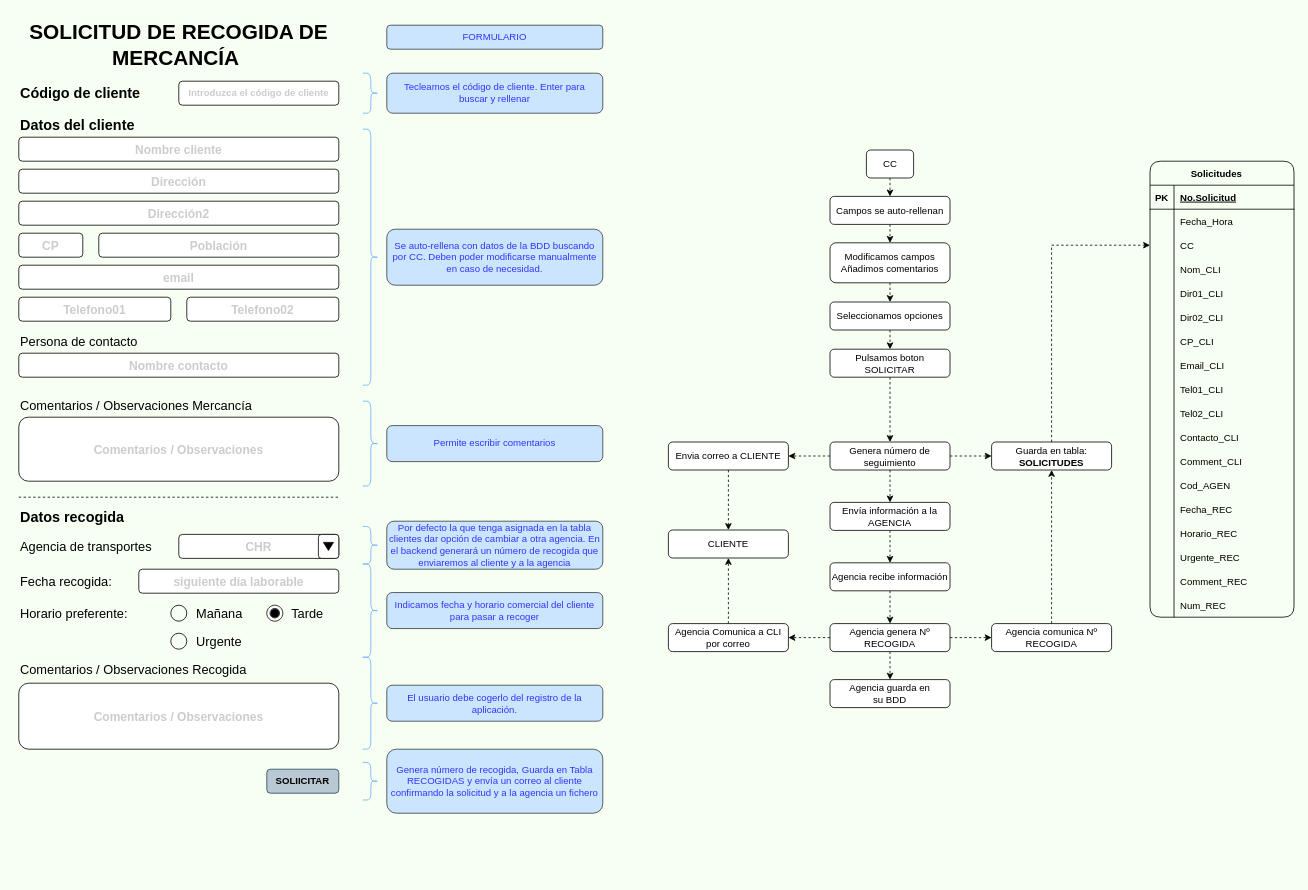
This is page "Form_PickUp" (2 of 7) of Esquemas_y_bocetos/Esquema_proyecto.drawio from JMDH76/PFC_Gestor_Logistica_Inversa, a draw.io file, before an edit. Source tidied: cells renumbered, new cells numbered last; positions are measured from the earlier drawing's top-left corner, leaving out a move shared by most shapes. Both pictures are drawn from the tidied source at 80%, with x=0, y=0 at pixel (18, 17).
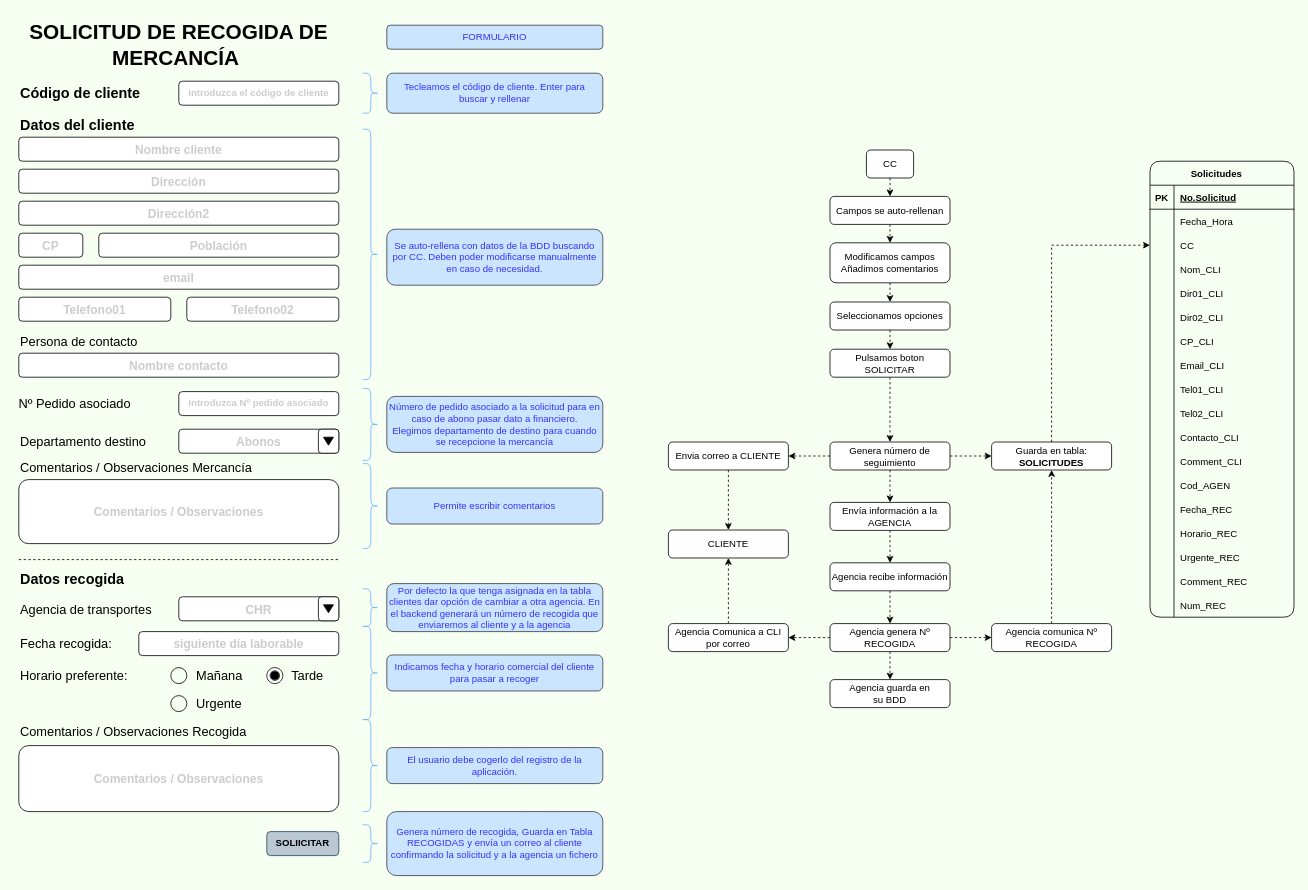
Above is the later version.

What changed in the source:
```diff
@@
     <mxCell id="10" value="&lt;font color=&quot;#cccccc&quot;&gt;Comentarios /&amp;nbsp;&lt;/font&gt;&lt;span style=&quot;color: rgb(204 , 204 , 204)&quot;&gt;Observaciones&lt;/span&gt;" style="rounded=1;whiteSpace=wrap;html=1;fontSize=15;glass=0;sketch=0;shadow=0;fontStyle=1;" parent="1" vertex="1">
-      <mxGeometry y="500" width="400" height="80" as="geometry" />
+      <mxGeometry y="578" width="400" height="80" as="geometry" />
     </mxCell>
     <mxCell id="11" value="&lt;span&gt;Comentarios / Observaciones Mercancía&lt;/span&gt;" style="text;html=1;align=left;verticalAlign=middle;whiteSpace=wrap;rounded=0;fontSize=16;sketch=0;glass=0;shadow=1;fontStyle=0;" parent="1" vertex="1">
-      <mxGeometry y="470" width="320" height="30" as="geometry" />
+      <mxGeometry y="548" width="320" height="30" as="geometry" />
     </mxCell>
     <mxCell id="12" value="&lt;font style=&quot;font-size: 12px&quot;&gt;SOLIICITAR&lt;/font&gt;" style="rounded=1;whiteSpace=wrap;html=1;fontSize=12;glass=0;sketch=0;shadow=0;fontStyle=1;fillColor=#bac8d3;strokeColor=#23445d;fontColor=#000000;" parent="1" vertex="1">
-      <mxGeometry x="310" y="940" width="90" height="30" as="geometry" />
+      <mxGeometry x="310" y="1018" width="90" height="30" as="geometry" />
     </mxCell>
     <mxCell id="13" value="El usuario debe cogerlo del registro de la aplicación." style="rounded=1;whiteSpace=wrap;html=1;shadow=0;glass=0;sketch=0;fontSize=12;strokeColor=#36393d;labelBackgroundColor=none;fillColor=#cce5ff;fontColor=#3333FF;" parent="1" vertex="1">
-      <mxGeometry x="460" y="835" width="270" height="45" as="geometry" />
+      <mxGeometry x="460" y="913" width="270" height="45" as="geometry" />
     </mxCell>
@@
     <mxCell id="15" value="&lt;span&gt;Agencia de transportes&lt;/span&gt;" style="text;html=1;align=left;verticalAlign=middle;whiteSpace=wrap;rounded=0;fontSize=16;sketch=0;glass=0;shadow=1;fontStyle=0;" parent="1" vertex="1">
-      <mxGeometry y="646.5" width="200" height="30" as="geometry" />
+      <mxGeometry y="724.5" width="200" height="30" as="geometry" />
     </mxCell>
     <mxCell id="16" style="group;" parent="1" vertex="1">
-      <mxGeometry x="200" y="646.5" width="200" height="30" as="geometry" />
+      <mxGeometry x="200" y="724.5" width="200" height="30" as="geometry" />
     </mxCell>
@@
     <mxCell id="22" style="shape=curlyBracket;whiteSpace=wrap;html=1;rounded=1;flipH=1;shadow=0;glass=0;labelBackgroundColor=none;sketch=0;fontSize=25;strokeColor=#66B2FF;fillColor=#cce5ff;" parent="1" vertex="1">
-      <mxGeometry x="430" y="140" width="20" height="320" as="geometry" />
+      <mxGeometry x="430" y="140" width="20" height="313" as="geometry" />
     </mxCell>
@@
     <mxCell id="25" value="Por defecto la que tenga asignada en la tabla clientes dar opción de cambiar a otra agencia. En el backend generará un número de recogida que enviaremos al cliente y a la agencia" style="rounded=1;whiteSpace=wrap;html=1;shadow=0;glass=0;sketch=0;fontSize=12;strokeColor=#36393d;labelBackgroundColor=none;fillColor=#cce5ff;fontColor=#3333FF;" parent="1" vertex="1">
-      <mxGeometry x="460" y="630" width="270" height="60" as="geometry" />
+      <mxGeometry x="460" y="708" width="270" height="60" as="geometry" />
     </mxCell>
     <mxCell id="26" style="shape=curlyBracket;whiteSpace=wrap;html=1;rounded=1;flipH=1;shadow=0;glass=0;labelBackgroundColor=none;sketch=0;fontSize=25;strokeColor=#66B2FF;fillColor=#cce5ff;fontColor=#3333FF;" parent="1" vertex="1">
-      <mxGeometry x="430" y="636.5" width="20" height="47" as="geometry" />
+      <mxGeometry x="430" y="714.5" width="20" height="47" as="geometry" />
     </mxCell>
     <mxCell id="27" style="shape=curlyBracket;whiteSpace=wrap;html=1;rounded=1;flipH=1;shadow=0;glass=0;labelBackgroundColor=none;sketch=0;fontSize=25;strokeColor=#66B2FF;fillColor=#cce5ff;" parent="1" vertex="1">
-      <mxGeometry x="430" y="480" width="20" height="106" as="geometry" />
+      <mxGeometry x="430" y="558" width="20" height="106" as="geometry" />
     </mxCell>
     <mxCell id="28" value="Permite escribir comentarios" style="rounded=1;whiteSpace=wrap;html=1;shadow=0;glass=0;sketch=0;fontSize=12;strokeColor=#36393d;labelBackgroundColor=none;fillColor=#cce5ff;fontColor=#3333FF;" parent="1" vertex="1">
-      <mxGeometry x="460" y="510.5" width="270" height="45" as="geometry" />
+      <mxGeometry x="460" y="588.5" width="270" height="45" as="geometry" />
     </mxCell>
     <mxCell id="29" style="endArrow=none;dashed=1;html=1;rounded=0;fontSize=25;fontColor=#000000;strokeColor=default;labelBackgroundColor=default;" parent="1" edge="1">
       <mxGeometry relative="1" as="geometry">
-        <mxPoint y="600" as="sourcePoint" />
-        <mxPoint x="400" y="600" as="targetPoint" />
+        <mxPoint y="678" as="sourcePoint" />
+        <mxPoint x="400" y="678" as="targetPoint" />
       </mxGeometry>
     </mxCell>
     <mxCell id="30" value="&lt;span&gt;Comentarios / Observaciones Recogida&lt;/span&gt;" style="text;html=1;align=left;verticalAlign=middle;whiteSpace=wrap;rounded=0;fontSize=16;sketch=0;glass=0;shadow=1;fontStyle=0;" parent="1" vertex="1">
-      <mxGeometry y="800" width="320" height="30" as="geometry" />
+      <mxGeometry y="878" width="320" height="30" as="geometry" />
     </mxCell>
     <mxCell id="31" value="&lt;font color=&quot;#cccccc&quot;&gt;Comentarios /&amp;nbsp;&lt;/font&gt;&lt;span style=&quot;color: rgb(204 , 204 , 204)&quot;&gt;Observaciones&lt;/span&gt;" style="rounded=1;whiteSpace=wrap;html=1;fontSize=15;glass=0;sketch=0;shadow=0;fontStyle=1;" parent="1" vertex="1">
-      <mxGeometry y="832.5" width="400" height="82.5" as="geometry" />
+      <mxGeometry y="910.5" width="400" height="82.5" as="geometry" />
     </mxCell>
     <mxCell id="32" style="shape=curlyBracket;whiteSpace=wrap;html=1;rounded=1;flipH=1;shadow=0;glass=0;labelBackgroundColor=none;sketch=0;fontSize=25;strokeColor=#66B2FF;fillColor=#cce5ff;fontColor=#3333FF;" parent="1" vertex="1">
-      <mxGeometry x="430" y="800" width="20" height="115" as="geometry" />
+      <mxGeometry x="430" y="878" width="20" height="115" as="geometry" />
     </mxCell>
     <mxCell id="33" value="Mañana" style="text;html=1;align=left;verticalAlign=middle;whiteSpace=wrap;rounded=0;fontSize=16;sketch=0;glass=0;shadow=1;" parent="1" vertex="1">
-      <mxGeometry x="220" y="730" width="70" height="30" as="geometry" />
+      <mxGeometry x="220" y="808" width="70" height="30" as="geometry" />
     </mxCell>
     <mxCell id="34" value="Fecha recogida:" style="text;html=1;align=left;verticalAlign=middle;whiteSpace=wrap;rounded=0;fontSize=16;sketch=0;glass=0;shadow=1;fontStyle=0;" parent="1" vertex="1">
-      <mxGeometry y="690" width="140" height="30" as="geometry" />
+      <mxGeometry y="768" width="140" height="30" as="geometry" />
     </mxCell>
     <mxCell id="35" value="Tarde" style="text;html=1;align=left;verticalAlign=middle;whiteSpace=wrap;rounded=0;fontSize=16;sketch=0;glass=0;shadow=1;" parent="1" vertex="1">
-      <mxGeometry x="339" y="730" width="61" height="30" as="geometry" />
+      <mxGeometry x="339" y="808" width="61" height="30" as="geometry" />
     </mxCell>
     <mxCell id="36" style="shape=curlyBracket;whiteSpace=wrap;html=1;rounded=1;flipH=1;shadow=0;glass=0;labelBackgroundColor=none;sketch=0;fontSize=25;strokeColor=#66B2FF;fillColor=#cce5ff;fontColor=#3333FF;" parent="1" vertex="1">
-      <mxGeometry x="430" y="683.5" width="20" height="116.5" as="geometry" />
+      <mxGeometry x="430" y="761.5" width="20" height="116.5" as="geometry" />
     </mxCell>
     <mxCell id="37" value="Indicamos fecha y horario comercial del cliente para pasar a recoger" style="rounded=1;whiteSpace=wrap;html=1;shadow=0;glass=0;sketch=0;fontSize=12;strokeColor=#36393d;labelBackgroundColor=none;fillColor=#cce5ff;fontColor=#3333FF;" parent="1" vertex="1">
-      <mxGeometry x="460" y="719.2" width="270" height="45" as="geometry" />
+      <mxGeometry x="460" y="797.2" width="270" height="45" as="geometry" />
     </mxCell>
     <mxCell id="38" style="shape=curlyBracket;whiteSpace=wrap;html=1;rounded=1;flipH=1;shadow=0;glass=0;labelBackgroundColor=none;sketch=0;fontSize=25;strokeColor=#66B2FF;fillColor=#cce5ff;fontColor=#3333FF;" parent="1" vertex="1">
-      <mxGeometry x="430" y="931.5" width="20" height="47" as="geometry" />
+      <mxGeometry x="430" y="1009.5" width="20" height="47" as="geometry" />
     </mxCell>
     <mxCell id="39" value="Genera número de recogida, Guarda en Tabla RECOGIDAS y envía un correo al cliente confirmando la solicitud y a la agencia un fichero" style="rounded=1;whiteSpace=wrap;html=1;shadow=0;glass=0;sketch=0;fontSize=12;strokeColor=#36393d;labelBackgroundColor=none;fillColor=#cce5ff;fontColor=#3333FF;" parent="1" vertex="1">
-      <mxGeometry x="460" y="915" width="270" height="80" as="geometry" />
+      <mxGeometry x="460" y="993" width="270" height="80" as="geometry" />
     </mxCell>
@@
     <mxCell id="43" value="Horario preferente:" style="text;html=1;align=left;verticalAlign=middle;whiteSpace=wrap;rounded=0;fontSize=16;sketch=0;glass=0;shadow=1;fontStyle=0;" parent="1" vertex="1">
-      <mxGeometry y="730" width="160" height="30" as="geometry" />
+      <mxGeometry y="808" width="160" height="30" as="geometry" />
     </mxCell>
     <mxCell id="44" value="&lt;font color=&quot;#cccccc&quot;&gt;siguiente día laborable&lt;/font&gt;" style="rounded=1;whiteSpace=wrap;html=1;fontSize=15;glass=0;sketch=0;shadow=0;fontStyle=1;" parent="1" vertex="1">
-      <mxGeometry x="150" y="690" width="250" height="30" as="geometry" />
+      <mxGeometry x="150" y="768" width="250" height="30" as="geometry" />
     </mxCell>
     <mxCell id="45" value="&lt;span style=&quot;font-size: 18px;&quot;&gt;Datos recogida&lt;/span&gt;" style="text;html=1;align=left;verticalAlign=middle;whiteSpace=wrap;rounded=0;fontSize=18;sketch=0;glass=0;shadow=1;fontStyle=1;" parent="1" vertex="1">
-      <mxGeometry y="610" width="200" height="30" as="geometry" />
+      <mxGeometry y="688" width="200" height="30" as="geometry" />
     </mxCell>
     <mxCell id="46" style="ellipse;whiteSpace=wrap;html=1;rounded=1;shadow=0;glass=0;labelBackgroundColor=none;sketch=0;fontSize=26;fontColor=#FFFFFF;strokeColor=#000000;fillColor=none;" parent="1" vertex="1">
-      <mxGeometry x="190" y="735" width="20" height="20" as="geometry" />
+      <mxGeometry x="190" y="813" width="20" height="20" as="geometry" />
     </mxCell>
     <mxCell id="47" style="group;" parent="1" vertex="1">
-      <mxGeometry x="310" y="735" width="20" height="20" as="geometry" />
+      <mxGeometry x="310" y="813" width="20" height="20" as="geometry" />
     </mxCell>
@@
     <mxCell id="53" value="Urgente" style="text;html=1;align=left;verticalAlign=middle;whiteSpace=wrap;rounded=0;fontSize=16;sketch=0;glass=0;shadow=1;fontStyle=0;" parent="1" vertex="1">
-      <mxGeometry x="220" y="765" width="70" height="30" as="geometry" />
+      <mxGeometry x="220" y="843" width="70" height="30" as="geometry" />
     </mxCell>
     <mxCell id="54" style="ellipse;whiteSpace=wrap;html=1;rounded=1;shadow=0;glass=0;labelBackgroundColor=none;sketch=0;fontSize=26;fontColor=#FFFFFF;strokeColor=#000000;fillColor=none;" parent="1" vertex="1">
-      <mxGeometry x="190" y="770" width="20" height="20" as="geometry" />
+      <mxGeometry x="190" y="848" width="20" height="20" as="geometry" />
     </mxCell>
@@
+    <mxCell id="142" value="&lt;span&gt;Departamento destino&lt;/span&gt;" style="text;html=1;align=left;verticalAlign=middle;whiteSpace=wrap;rounded=0;fontSize=16;sketch=0;glass=0;shadow=1;fontStyle=0;" parent="1" vertex="1">
+      <mxGeometry y="515" width="193" height="30" as="geometry" />
+    </mxCell>
+    <mxCell id="143" style="group;" parent="1" vertex="1">
+      <mxGeometry x="200" y="515" width="200" height="30" as="geometry" />
+    </mxCell>
+    <mxCell id="144" value="&lt;font color=&quot;#cccccc&quot;&gt;Abonos&lt;/font&gt;" style="rounded=1;whiteSpace=wrap;html=1;fontSize=15;glass=0;sketch=0;shadow=0;fontStyle=1;" parent="143" vertex="1">
+      <mxGeometry width="200" height="30" as="geometry" />
+    </mxCell>
+    <mxCell id="145" style="group;" parent="143" vertex="1">
+      <mxGeometry x="185" width="15" height="30" as="geometry" />
+    </mxCell>
+    <mxCell id="146" style="rounded=1;whiteSpace=wrap;html=1;shadow=0;glass=0;sketch=0;fontSize=19;fontColor=#000000;strokeColor=default;" parent="145" vertex="1">
+      <mxGeometry x="-10.5" width="25.5" height="30" as="geometry" />
+    </mxCell>
+    <mxCell id="147" style="verticalLabelPosition=bottom;verticalAlign=top;html=1;shape=mxgraph.basic.acute_triangle;dx=0.5;rounded=1;shadow=0;glass=0;sketch=0;fontSize=19;fontColor=#000000;strokeColor=default;direction=west;fillColor=#000000;" parent="145" vertex="1">
+      <mxGeometry x="-4.2" y="10" width="12.5" height="10" as="geometry" />
+    </mxCell>
+    <mxCell id="148" value="&lt;span&gt;Nº Pedido asociado&lt;/span&gt;" style="text;html=1;align=left;verticalAlign=middle;whiteSpace=wrap;rounded=0;fontSize=16;sketch=0;glass=0;shadow=1;fontStyle=0;" parent="1" vertex="1">
+      <mxGeometry x="-2" y="468" width="200" height="30" as="geometry" />
+    </mxCell>
+    <mxCell id="149" value="&lt;font color=&quot;#cccccc&quot; style=&quot;font-size: 12px&quot;&gt;Introduzca Nº pedido asociado&lt;/font&gt;" style="rounded=1;whiteSpace=wrap;html=1;fontSize=12;glass=0;sketch=0;shadow=0;fontStyle=1;" parent="1" vertex="1">
+      <mxGeometry x="200" y="468" width="200" height="30" as="geometry" />
+    </mxCell>
+    <mxCell id="150" style="shape=curlyBracket;whiteSpace=wrap;html=1;rounded=1;flipH=1;shadow=0;glass=0;labelBackgroundColor=none;sketch=0;fontSize=25;strokeColor=#66B2FF;fillColor=#cce5ff;fontColor=#3333FF;" parent="1" vertex="1">
+      <mxGeometry x="430" y="464" width="20" height="90" as="geometry" />
+    </mxCell>
+    <mxCell id="151" value="Número de pedido asociado a la solicitud para en caso de abono pasar dato a financiero.&lt;br&gt;Elegimos departamento de destino para cuando se recepcione la mercancía" style="rounded=1;whiteSpace=wrap;html=1;shadow=0;glass=0;sketch=0;fontSize=12;strokeColor=#36393d;labelBackgroundColor=none;fillColor=#cce5ff;fontColor=#3333FF;" parent="1" vertex="1">
+      <mxGeometry x="460" y="474" width="270" height="70" as="geometry" />
+    </mxCell>
```
